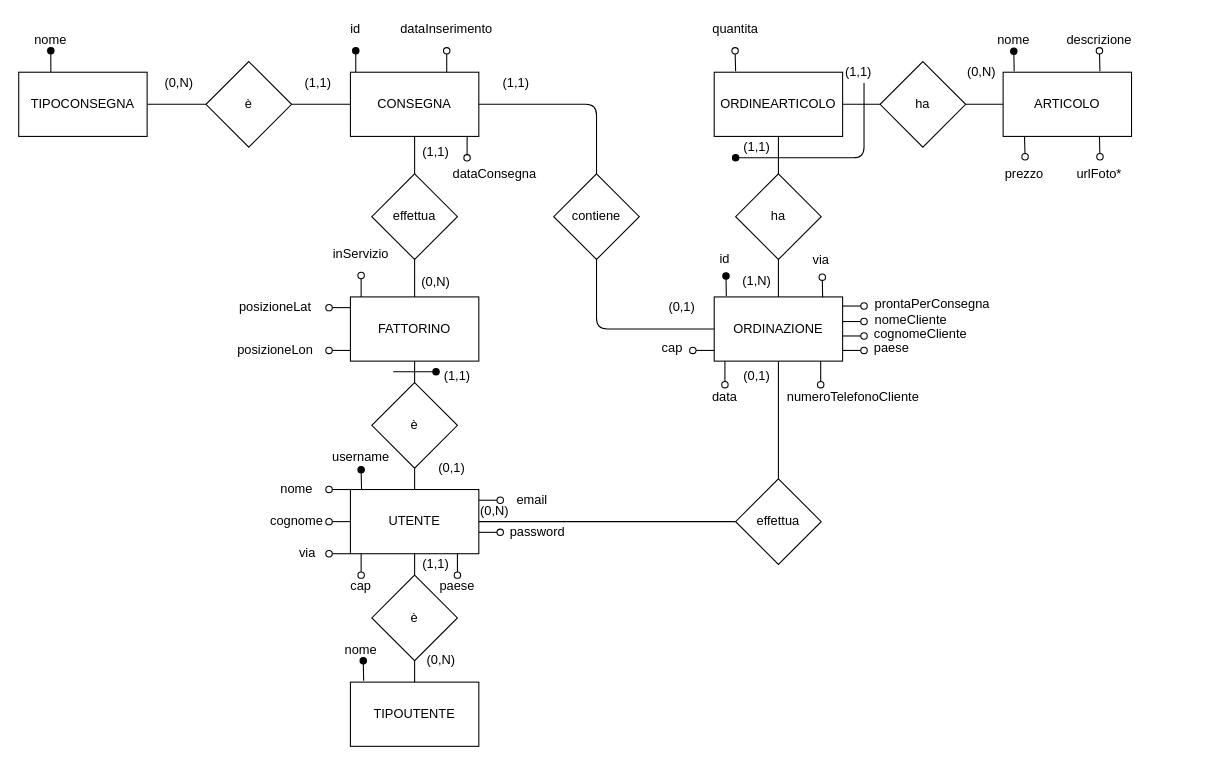
Above: media/DB/ER_DB_PizzaDelivery.drawio in JariNaeser/PizzaDelivery (draw.io), before the change. Source tidied: cells renumbered, new cells numbered last; positions are measured from the earlier drawing's top-left corner, leaving out a move shared by most shapes. Both pictures are drawn from the tidied source at 107%, with x=0, y=0 at pixel (18, 18).
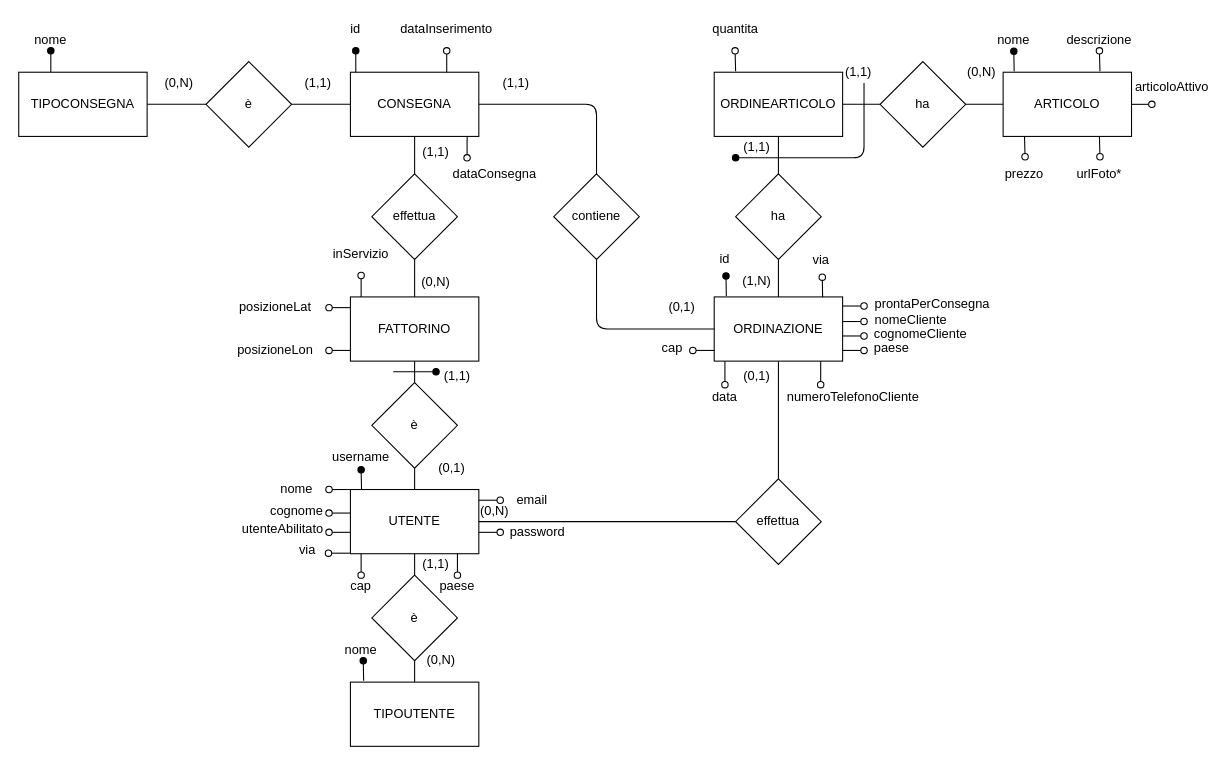
The same diagram, later.

The change refers to these unchanged cells:
```xml
<mxCell id="20" value="ARTICOLO" style="rounded=0;whiteSpace=wrap;html=1;" parent="1" vertex="1">
  <mxGeometry x="920" y="50" width="120" height="60" as="geometry" />
</mxCell>
```

Change to the diagram source:
```diff
@@
     <mxCell id="53" style="endArrow=none;html=1;startArrow=oval;startFill=0;endFill=0;" parent="1" edge="1">
       <mxGeometry relative="1" as="geometry">
-        <mxPoint x="290" y="470" as="sourcePoint" />
-        <mxPoint x="310" y="470" as="targetPoint" />
+        <mxPoint x="290" y="462" as="sourcePoint" />
+        <mxPoint x="310" y="462" as="targetPoint" />
       </mxGeometry>
     </mxCell>
     <mxCell id="54" value="cognome" style="text;html=1;strokeColor=none;fillColor=none;align=center;verticalAlign=middle;whiteSpace=wrap;rounded=0;" parent="1" vertex="1">
-      <mxGeometry x="240" y="460" width="40" height="20" as="geometry" />
+      <mxGeometry x="240" y="450" width="40" height="20" as="geometry" />
     </mxCell>
     <mxCell id="55" style="endArrow=none;html=1;startArrow=oval;startFill=0;endFill=0;" parent="1" edge="1">
       <mxGeometry relative="1" as="geometry">
-        <mxPoint x="290" y="500" as="sourcePoint" />
-        <mxPoint x="310" y="500" as="targetPoint" />
+        <mxPoint x="289.5" y="499.5" as="sourcePoint" />
+        <mxPoint x="309.5" y="499.5" as="targetPoint" />
       </mxGeometry>
     </mxCell>
     <mxCell id="56" value="via" style="text;html=1;strokeColor=none;fillColor=none;align=center;verticalAlign=middle;whiteSpace=wrap;rounded=0;" parent="1" vertex="1">
-      <mxGeometry x="250" y="490" width="40" height="20" as="geometry" />
+      <mxGeometry x="249.5" y="486.5" width="40" height="20" as="geometry" />
     </mxCell>
@@
+    <mxCell id="112" value="&lt;pre style=&quot;background-color: #2b2b2b ; color: #a9b7c6 ; font-family: &amp;#34;menlo&amp;#34; ; font-size: 9 0pt&quot;&gt;&lt;br&gt;&lt;/pre&gt;" style="text;html=1;align=center;verticalAlign=middle;" parent="1" vertex="1">
+      <mxGeometry x="561" y="562" width="10" height="42" as="geometry" />
+    </mxCell>
+    <mxCell id="113" style="endArrow=none;html=1;startArrow=oval;startFill=0;endFill=0;" parent="1" edge="1">
+      <mxGeometry relative="1" as="geometry">
+        <mxPoint x="290" y="480" as="sourcePoint" />
+        <mxPoint x="310" y="480" as="targetPoint" />
+      </mxGeometry>
+    </mxCell>
+    <mxCell id="114" value="utenteAbilitato" style="text;html=1;strokeColor=none;fillColor=none;align=center;verticalAlign=middle;whiteSpace=wrap;rounded=0;" parent="1" vertex="1">
+      <mxGeometry x="227" y="466.5" width="40" height="20" as="geometry" />
+    </mxCell>
+    <mxCell id="115" style="endArrow=oval;html=1;startArrow=none;startFill=0;endFill=0;exitX=1;exitY=0.5;exitDx=0;exitDy=0;" parent="1" edge="1" source="20">
+      <mxGeometry relative="1" as="geometry">
+        <mxPoint x="1059" y="80" as="targetPoint" />
+      </mxGeometry>
+    </mxCell>
+    <mxCell id="116" value="articoloAttivo" style="text;html=1;strokeColor=none;fillColor=none;align=center;verticalAlign=middle;whiteSpace=wrap;rounded=0;" parent="1" vertex="1">
+      <mxGeometry x="1057.5" y="54" width="40" height="20" as="geometry" />
+    </mxCell>
```
